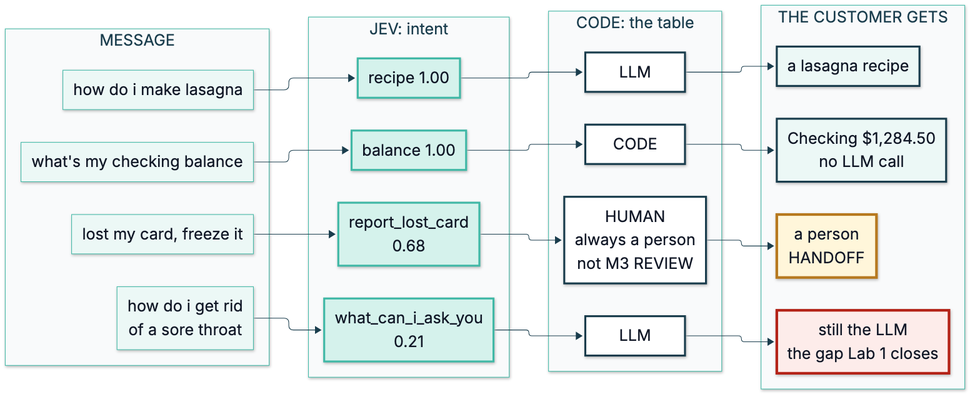
Before: course/diagrams/module_04/p1-solution-router.png, a diagram exported from Mermaid (axel-sirota/getting_started_jev). Its source is kept beside it as course/diagrams/module_04/p1-solution-router.mmd. Source of this version:
```mermaid
%%{init: {"theme": "base", "themeVariables": {"fontFamily": "Inter, sans-serif", "primaryColor": "#ECF8F6", "primaryBorderColor": "#40B8A6", "primaryTextColor": "#111827", "lineColor": "#1A3D4D", "secondaryColor": "#F9FAFB", "tertiaryColor": "#FFFFFF", "clusterBkg": "#F9FAFB", "clusterBorder": "#D1D5DB", "actorBkg": "#ECF8F6", "actorBorder": "#40B8A6", "noteBkgColor": "#FFF6DA", "noteBorderColor": "#E0B84C"}}}%%
flowchart LR
  subgraph IN["MESSAGE"]
    M1["what's my checking balance"]
    M2["lost my card, freeze it"]
    M3["how do i make lasagna"]
    M4["how do i get rid<br/>of a sore throat"]
  end
  subgraph JEV["JEV: intent"]
    J1["balance 1.00"]
    J2["report_lost_card<br/>0.68"]
    J3["recipe 1.00"]
    J4["what_can_i_ask_you<br/>0.21"]
  end
  subgraph CODE["CODE: the table"]
    C1["CODE"]
    C2["HUMAN<br/>always a person<br/>not M3 REVIEW"]
    C3["LLM"]
    C4["LLM"]
  end
  subgraph GETS["THE CUSTOMER GETS"]
    O1["Checking $1,284.50<br/>no LLM call"]
    O2["a person<br/>HANDOFF"]
    O3["a lasagna recipe"]
    O4["still the LLM<br/>the gap Lab 1 closes"]
  end
  M1 --> J1 --> C1 --> O1
  M2 --> J2 --> C2 --> O2
  M3 --> J3 --> C3 --> O3
  M4 --> J4 --> C4 --> O4

  classDef fail fill:#FDECEA,stroke:#B42318,stroke-width:4px
  classDef changed fill:#D5F2EC,stroke:#1A3D4D,stroke-width:4px
  classDef ok fill:#ECF8F6,stroke:#1A3D4D,stroke-width:3px
  classDef human fill:#FFF6DA,stroke:#B7791F,stroke-width:4px
  classDef jev fill:#D5F2EC,stroke:#40B8A6,stroke-width:3px
  classDef code fill:#FFFFFF,stroke:#1A3D4D,stroke-width:3px
  classDef llm fill:#EEF2FF,stroke:#4B5563,stroke-width:3px
  class J1,J2,J3,J4 jev
  class C1,C2,C3,C4 code
  class O1,O3 ok
  class O2 human
  class O4 fail
```
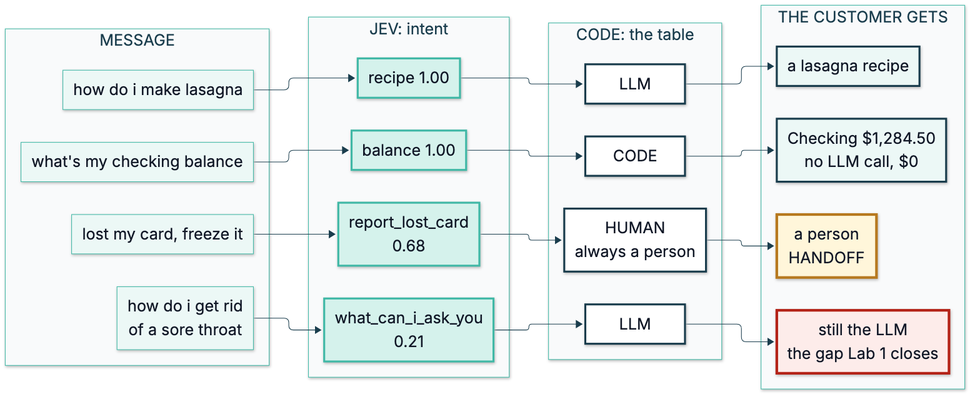
Later version of the same file.

Change to the diagram source:
```diff
@@ -14,12 +14,12 @@
   end
   subgraph CODE["CODE: the table"]
     C1["CODE"]
-    C2["HUMAN<br/>always a person<br/>not M3 REVIEW"]
+    C2["HUMAN<br/>always a person"]
     C3["LLM"]
     C4["LLM"]
   end
   subgraph GETS["THE CUSTOMER GETS"]
-    O1["Checking $1,284.50<br/>no LLM call"]
+    O1["Checking $1,284.50<br/>no LLM call, $0"]
     O2["a person<br/>HANDOFF"]
     O3["a lasagna recipe"]
     O4["still the LLM<br/>the gap Lab 1 closes"]
```
